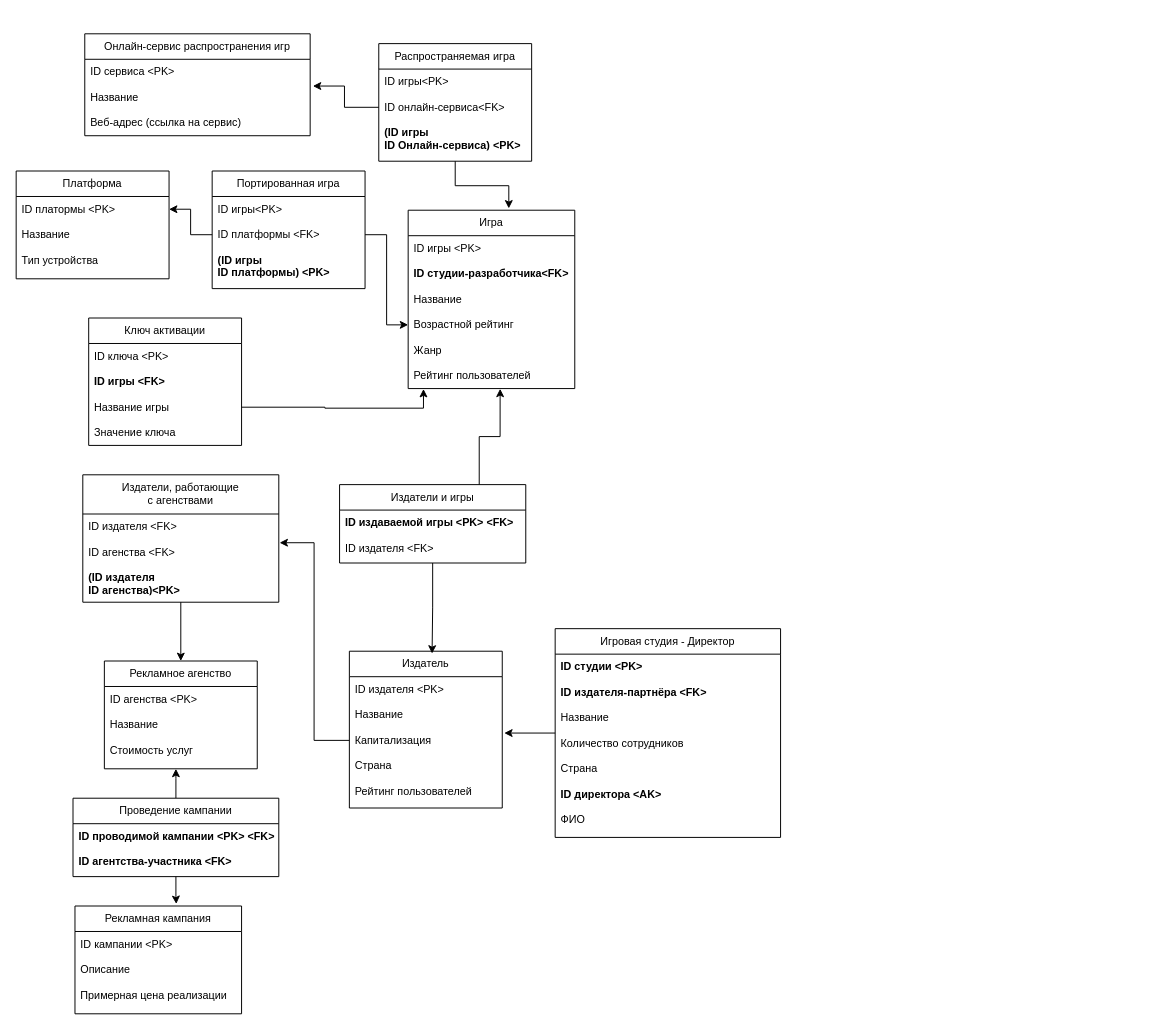
rewqaz/todo keeps this draw.io diagram as Untitled Diagram.drawio. Above is the earlier version. Source tidied: cells renumbered, new cells numbered last; positions are measured from the earlier drawing's top-left corner, leaving out a move shared by most shapes. Both pictures are drawn from the tidied source at 98%, with x=0, y=0 at pixel (16, 33).
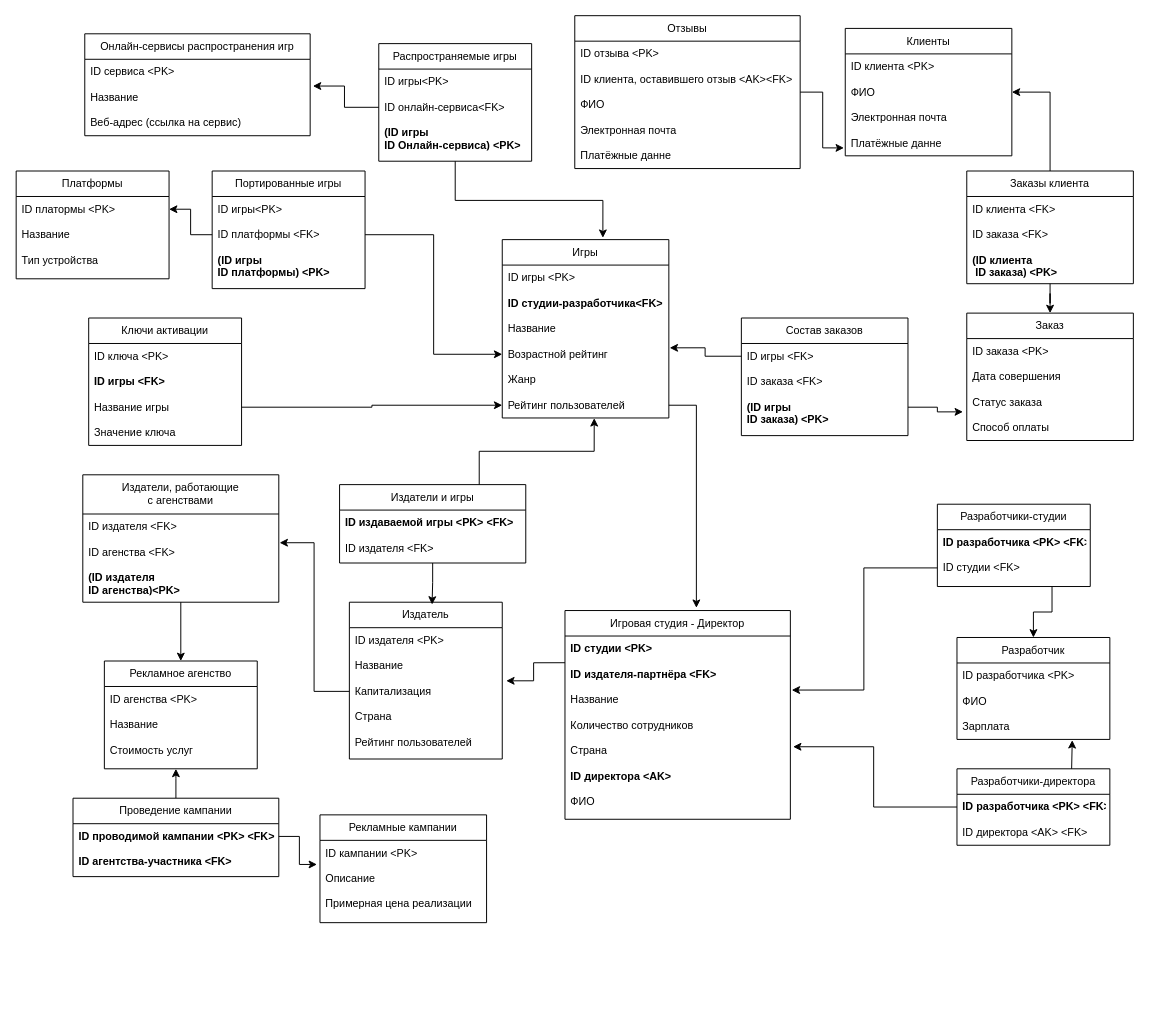
The same diagram, later.

The change refers to these unchanged cells:
```xml
<mxCell id="10" value="Возрастной рейтинг&#10;" style="text;align=left;verticalAlign=top;spacingLeft=4;spacingRight=4;overflow=hidden;points=[[0,0.5],[1,0.5]];portConstraint=eastwest;fontSize=11;" parent="6" vertex="1">
  <mxGeometry y="104" width="170" height="26" as="geometry" />
</mxCell>
<mxCell id="12" value="Рейтинг пользователей&#10;" style="text;align=left;verticalAlign=top;spacingLeft=4;spacingRight=4;overflow=hidden;points=[[0,0.5],[1,0.5]];portConstraint=eastwest;fontSize=11;" parent="6" vertex="1">
  <mxGeometry y="156" width="170" height="26" as="geometry" />
</mxCell>
<mxCell id="20" value="Название" style="text;align=left;verticalAlign=top;spacingLeft=4;spacingRight=4;overflow=hidden;points=[[0,0.5],[1,0.5]];portConstraint=eastwest;rounded=0;shadow=0;html=0;fontSize=11;" parent="17" vertex="1">
  <mxGeometry y="78" width="230" height="26" as="geometry" />
</mxCell>
<mxCell id="22" value="Страна" style="text;align=left;verticalAlign=top;spacingLeft=4;spacingRight=4;overflow=hidden;points=[[0,0.5],[1,0.5]];portConstraint=eastwest;fontSize=11;" parent="17" vertex="1">
  <mxGeometry y="130" width="230" height="26" as="geometry" />
</mxCell>
<mxCell id="40" value="Название игры" style="text;align=left;verticalAlign=top;spacingLeft=4;spacingRight=4;overflow=hidden;points=[[0,0.5],[1,0.5]];portConstraint=eastwest;fontSize=11;" parent="37" vertex="1">
  <mxGeometry y="78" width="156" height="26" as="geometry" />
</mxCell>
<mxCell id="45" value="Капитализация" style="text;align=left;verticalAlign=top;spacingLeft=4;spacingRight=4;overflow=hidden;points=[[0,0.5],[1,0.5]];portConstraint=eastwest;fontSize=11;" parent="42" vertex="1">
  <mxGeometry y="78" width="156" height="26" as="geometry" />
</mxCell>
<mxCell id="48" value="Издатели и игры" style="swimlane;fontStyle=0;align=center;verticalAlign=top;horizontal=1;startSize=26;rounded=0;shadow=0;strokeWidth=1;fontSize=11;" parent="1" vertex="1">
  <mxGeometry x="330" y="460" width="190" height="80" as="geometry" />
</mxCell>
<mxCell id="63" value="ID кампании &lt;PK&gt;" style="text;align=left;verticalAlign=top;spacingLeft=4;spacingRight=4;overflow=hidden;points=[[0,0.5],[1,0.5]];portConstraint=eastwest;rounded=0;shadow=0;html=0;fontSize=11;fontStyle=0;" parent="62" vertex="1">
  <mxGeometry y="26" width="170" height="26" as="geometry" />
</mxCell>
<mxCell id="67" value="Проведение кампании" style="swimlane;fontStyle=0;align=center;verticalAlign=top;horizontal=1;startSize=26;rounded=0;shadow=0;strokeWidth=1;fontSize=11;" parent="1" vertex="1">
  <mxGeometry x="58" y="780" width="210" height="80" as="geometry" />
</mxCell>
<mxCell id="68" value="ID проводимой кампании &lt;PK&gt; &lt;FK&gt;" style="text;align=left;verticalAlign=top;spacingLeft=4;spacingRight=4;overflow=hidden;points=[[0,0.5],[1,0.5]];portConstraint=eastwest;rounded=0;shadow=0;html=0;fontSize=11;fontStyle=1;" parent="67" vertex="1">
  <mxGeometry y="26" width="210" height="26" as="geometry" />
</mxCell>
```

Change to the diagram source:
```diff
@@
-    <mxCell id="2" value="Онлайн-сервис распространения игр" style="swimlane;fontStyle=0;align=center;verticalAlign=top;horizontal=1;startSize=26;rounded=0;shadow=0;strokeWidth=1;fontSize=11;" parent="1" vertex="1">
+    <mxCell id="2" value="Онлайн-сервисы распространения игр" style="swimlane;fontStyle=0;align=center;verticalAlign=top;horizontal=1;startSize=26;rounded=0;shadow=0;strokeWidth=1;fontSize=11;" parent="1" vertex="1">
       <mxGeometry x="70" width="230" height="104" as="geometry" />
     </mxCell>
@@
-    <mxCell id="6" value="Игра" style="swimlane;fontStyle=0;align=center;verticalAlign=top;horizontal=1;startSize=26;rounded=0;shadow=0;strokeWidth=1;fontSize=11;" parent="1" vertex="1">
-      <mxGeometry x="400" y="180" width="170" height="182" as="geometry" />
+    <mxCell id="6" value="Игры" style="swimlane;fontStyle=0;align=center;verticalAlign=top;horizontal=1;startSize=26;rounded=0;shadow=0;strokeWidth=1;fontSize=11;" parent="1" vertex="1">
+      <mxGeometry x="496" y="210" width="170" height="182" as="geometry" />
     </mxCell>
@@
-    <mxCell id="13" value="Распространяемая игра" style="swimlane;fontStyle=0;align=center;verticalAlign=top;horizontal=1;startSize=26;rounded=0;shadow=0;strokeWidth=1;fontSize=11;" parent="1" vertex="1">
+    <mxCell id="13" value="Распространяемые игры" style="swimlane;fontStyle=0;align=center;verticalAlign=top;horizontal=1;startSize=26;rounded=0;shadow=0;strokeWidth=1;fontSize=11;" parent="1" vertex="1">
       <mxGeometry x="370" y="10" width="156" height="120" as="geometry" />
     </mxCell>
@@
     <mxCell id="17" value="Игровая студия - Директор" style="swimlane;fontStyle=0;align=center;verticalAlign=top;horizontal=1;startSize=26;rounded=0;shadow=0;strokeWidth=1;fontSize=11;" parent="1" vertex="1">
-      <mxGeometry x="550" y="607" width="230" height="213" as="geometry" />
+      <mxGeometry x="560" y="588.5" width="230" height="213" as="geometry" />
     </mxCell>
@@
-    <mxCell id="27" value="Портированная игра" style="swimlane;fontStyle=0;align=center;verticalAlign=top;horizontal=1;startSize=26;rounded=0;shadow=0;strokeWidth=1;fontSize=11;" parent="1" vertex="1">
+    <mxCell id="27" value="Портированные игры" style="swimlane;fontStyle=0;align=center;verticalAlign=top;horizontal=1;startSize=26;rounded=0;shadow=0;strokeWidth=1;fontSize=11;" parent="1" vertex="1">
       <mxGeometry x="200" y="140" width="156" height="120" as="geometry" />
     </mxCell>
@@
-    <mxCell id="31" value="Платформа" style="swimlane;fontStyle=0;align=center;verticalAlign=top;horizontal=1;startSize=26;rounded=0;shadow=0;strokeWidth=1;fontSize=11;" parent="1" vertex="1">
+    <mxCell id="31" value="Платформы" style="swimlane;fontStyle=0;align=center;verticalAlign=top;horizontal=1;startSize=26;rounded=0;shadow=0;strokeWidth=1;fontSize=11;" parent="1" vertex="1">
       <mxGeometry y="140" width="156" height="110" as="geometry" />
     </mxCell>
@@
-    <mxCell id="37" value="Ключ активации" style="swimlane;fontStyle=0;align=center;verticalAlign=top;horizontal=1;startSize=26;rounded=0;shadow=0;strokeWidth=1;fontSize=11;" parent="1" vertex="1">
+    <mxCell id="37" value="Ключи активации" style="swimlane;fontStyle=0;align=center;verticalAlign=top;horizontal=1;startSize=26;rounded=0;shadow=0;strokeWidth=1;fontSize=11;" parent="1" vertex="1">
       <mxGeometry x="74" y="290" width="156" height="130" as="geometry" />
     </mxCell>
@@
     <mxCell id="42" value="Издатель" style="swimlane;fontStyle=0;align=center;verticalAlign=top;horizontal=1;startSize=26;rounded=0;shadow=0;strokeWidth=1;fontSize=11;" parent="1" vertex="1">
-      <mxGeometry x="340" y="630" width="156" height="160" as="geometry" />
+      <mxGeometry x="340" y="580" width="156" height="160" as="geometry" />
     </mxCell>
@@
-    <mxCell id="62" value="Рекламная кампания" style="swimlane;fontStyle=0;align=center;verticalAlign=top;horizontal=1;startSize=26;rounded=0;shadow=0;strokeWidth=1;fontSize=11;" parent="1" vertex="1">
-      <mxGeometry x="60" y="890" width="170" height="110" as="geometry" />
+    <mxCell id="62" value="Рекламные кампании" style="swimlane;fontStyle=0;align=center;verticalAlign=top;horizontal=1;startSize=26;rounded=0;shadow=0;strokeWidth=1;fontSize=11;" parent="1" vertex="1">
+      <mxGeometry x="310" y="797" width="170" height="110" as="geometry" />
     </mxCell>
@@
-    <mxCell id="70" style="edgeStyle=orthogonalEdgeStyle;rounded=0;jettySize=auto;html=1;entryX=0.608;entryY=-0.019;entryDx=0;entryDy=0;entryPerimeter=0;" parent="1" edge="1" source="67" target="62">
-      <mxGeometry relative="1" as="geometry" />
-    </mxCell>
+    <mxCell id="73" style="edgeStyle=orthogonalEdgeStyle;rounded=0;jettySize=auto;html=1;exitX=0.75;exitY=0;exitDx=0;exitDy=0;entryX=0.552;entryY=1.009;entryDx=0;entryDy=0;entryPerimeter=0;" parent="1" edge="1" source="48" target="12">
+      <mxGeometry relative="1" as="geometry" />
+    </mxCell>
-    <mxCell id="71" style="edgeStyle=orthogonalEdgeStyle;rounded=0;jettySize=auto;html=1;entryX=1.013;entryY=0.212;entryDx=0;entryDy=0;entryPerimeter=0;" parent="1" edge="1" source="17" target="45">
+    <mxCell id="71" style="edgeStyle=orthogonalEdgeStyle;rounded=0;jettySize=auto;html=1;exitX=0;exitY=0.25;exitDx=0;exitDy=0;entryX=1.026;entryY=0.085;entryDx=0;entryDy=0;entryPerimeter=0;" parent="1" edge="1" source="17" target="45">
       <mxGeometry relative="1" as="geometry" />
     </mxCell>
+    <mxCell id="74" style="edgeStyle=orthogonalEdgeStyle;rounded=0;jettySize=auto;html=1;entryX=-0.018;entryY=0.946;entryDx=0;entryDy=0;entryPerimeter=0;" parent="1" edge="1" source="68" target="63">
+      <mxGeometry relative="1" as="geometry" />
+    </mxCell>
+    <mxCell id="75" value="Разработчик" style="swimlane;fontStyle=0;align=center;verticalAlign=top;horizontal=1;startSize=26;rounded=0;shadow=0;strokeWidth=1;fontSize=11;" parent="1" vertex="1">
+      <mxGeometry x="960" y="616" width="156" height="104" as="geometry" />
+    </mxCell>
+    <mxCell id="76" value="ID разработчика &lt;PK&gt;" style="text;align=left;verticalAlign=top;spacingLeft=4;spacingRight=4;overflow=hidden;rounded=0;shadow=0;html=0;fontSize=11;fontStyle=0;" parent="75" vertex="1">
+      <mxGeometry y="26" width="156" height="26" as="geometry" />
+    </mxCell>
+    <mxCell id="77" value="ФИО" style="text;align=left;verticalAlign=top;spacingLeft=4;spacingRight=4;overflow=hidden;rounded=0;shadow=0;html=0;fontSize=11;" parent="75" vertex="1">
+      <mxGeometry y="52" width="156" height="26" as="geometry" />
+    </mxCell>
+    <mxCell id="78" value="Зарплата" style="text;align=left;verticalAlign=top;spacingLeft=4;spacingRight=4;overflow=hidden;points=[[0,0.5],[1,0.5]];portConstraint=eastwest;fontSize=11;" parent="75" vertex="1">
+      <mxGeometry y="78" width="156" height="26" as="geometry" />
+    </mxCell>
+    <mxCell id="79" value="Разработчики-директора" style="swimlane;fontStyle=0;align=center;verticalAlign=top;horizontal=1;startSize=26;rounded=0;shadow=0;strokeWidth=1;fontSize=11;" parent="1" vertex="1">
+      <mxGeometry x="960" y="750" width="156" height="78" as="geometry" />
+    </mxCell>
+    <mxCell id="80" value="ID разработчика &lt;PK&gt; &lt;FK&gt;" style="text;align=left;verticalAlign=top;spacingLeft=4;spacingRight=4;overflow=hidden;points=[[0,0.5],[1,0.5]];portConstraint=eastwest;rounded=0;shadow=0;html=0;fontSize=11;fontStyle=1;" parent="79" vertex="1">
+      <mxGeometry y="26" width="156" height="26" as="geometry" />
+    </mxCell>
+    <mxCell id="81" value="ID директора &lt;AK&gt; &lt;FK&gt;" style="text;align=left;verticalAlign=top;spacingLeft=4;spacingRight=4;overflow=hidden;rounded=0;shadow=0;html=0;fontSize=11;fontStyle=0;" parent="79" vertex="1">
+      <mxGeometry y="52" width="156" height="26" as="geometry" />
+    </mxCell>
+    <mxCell id="82" style="edgeStyle=orthogonalEdgeStyle;rounded=0;jettySize=auto;html=1;entryX=1.012;entryY=0.346;entryDx=0;entryDy=0;entryPerimeter=0;" parent="1" edge="1" source="80" target="22">
+      <mxGeometry relative="1" as="geometry" />
+    </mxCell>
+    <mxCell id="83" style="edgeStyle=orthogonalEdgeStyle;rounded=0;jettySize=auto;html=1;exitX=0.75;exitY=0;exitDx=0;exitDy=0;entryX=0.754;entryY=1.031;entryDx=0;entryDy=0;entryPerimeter=0;" parent="1" edge="1" source="79" target="78">
+      <mxGeometry relative="1" as="geometry" />
+    </mxCell>
+    <mxCell id="84" style="edgeStyle=orthogonalEdgeStyle;rounded=0;jettySize=auto;html=1;exitX=0.75;exitY=1;exitDx=0;exitDy=0;" parent="1" edge="1" source="85" target="75">
+      <mxGeometry relative="1" as="geometry" />
+    </mxCell>
+    <mxCell id="85" value="Разработчики-студии" style="swimlane;fontStyle=0;align=center;verticalAlign=top;horizontal=1;startSize=26;rounded=0;shadow=0;strokeWidth=1;fontSize=11;" parent="1" vertex="1">
+      <mxGeometry x="940" y="480" width="156" height="84" as="geometry" />
+    </mxCell>
+    <mxCell id="86" value="ID разработчика &lt;PK&gt; &lt;FK&gt;" style="text;align=left;verticalAlign=top;spacingLeft=4;spacingRight=4;overflow=hidden;rounded=0;shadow=0;html=0;fontSize=11;fontStyle=1;" parent="85" vertex="1">
+      <mxGeometry y="26" width="156" height="26" as="geometry" />
+    </mxCell>
+    <mxCell id="87" value="ID студии &lt;FK&gt;" style="text;align=left;verticalAlign=top;spacingLeft=4;spacingRight=4;overflow=hidden;points=[[0,0.5],[1,0.5]];portConstraint=eastwest;rounded=0;shadow=0;html=0;fontSize=11;" parent="85" vertex="1">
+      <mxGeometry y="52" width="156" height="26" as="geometry" />
+    </mxCell>
+    <mxCell id="88" style="edgeStyle=orthogonalEdgeStyle;rounded=0;jettySize=auto;html=1;entryX=1.006;entryY=0.121;entryDx=0;entryDy=0;entryPerimeter=0;" parent="1" edge="1" source="87" target="20">
+      <mxGeometry relative="1" as="geometry" />
+    </mxCell>
+    <mxCell id="89" value="Заказ" style="swimlane;fontStyle=0;align=center;verticalAlign=top;horizontal=1;startSize=26;rounded=0;shadow=0;strokeWidth=1;fontSize=11;" parent="1" vertex="1">
+      <mxGeometry x="970" y="285" width="170" height="130" as="geometry" />
+    </mxCell>
+    <mxCell id="90" value="ID заказа &lt;PK&gt;" style="text;align=left;verticalAlign=top;spacingLeft=4;spacingRight=4;overflow=hidden;rounded=0;shadow=0;html=0;fontSize=11;fontStyle=0;" parent="89" vertex="1">
+      <mxGeometry y="26" width="170" height="26" as="geometry" />
+    </mxCell>
+    <mxCell id="91" value="Дата совершения" style="text;align=left;verticalAlign=top;spacingLeft=4;spacingRight=4;overflow=hidden;rounded=0;shadow=0;html=0;fontSize=11;" parent="89" vertex="1">
+      <mxGeometry y="52" width="170" height="26" as="geometry" />
+    </mxCell>
+    <mxCell id="92" value="Статус заказа" style="text;align=left;verticalAlign=top;spacingLeft=4;spacingRight=4;overflow=hidden;points=[[0,0.5],[1,0.5]];portConstraint=eastwest;fontSize=11;" parent="89" vertex="1">
+      <mxGeometry y="78" width="170" height="26" as="geometry" />
+    </mxCell>
+    <mxCell id="93" value="Способ оплаты" style="text;align=left;verticalAlign=top;spacingLeft=4;spacingRight=4;overflow=hidden;fontSize=11;" parent="89" vertex="1">
+      <mxGeometry y="104" width="170" height="26" as="geometry" />
+    </mxCell>
-    <mxCell id="72" style="edgeStyle=orthogonalEdgeStyle;rounded=0;jettySize=auto;html=1;entryX=0.092;entryY=1.017;entryDx=0;entryDy=0;entryPerimeter=0;" parent="1" edge="1" source="40" target="12">
+    <mxCell id="72" style="edgeStyle=orthogonalEdgeStyle;rounded=0;jettySize=auto;html=1;entryX=0;entryY=0.5;entryDx=0;entryDy=0;" parent="1" edge="1" source="40" target="12">
       <mxGeometry relative="1" as="geometry" />
     </mxCell>
-    <mxCell id="73" style="edgeStyle=orthogonalEdgeStyle;rounded=0;jettySize=auto;html=1;exitX=0.75;exitY=0;exitDx=0;exitDy=0;entryX=0.552;entryY=1.009;entryDx=0;entryDy=0;entryPerimeter=0;" parent="1" edge="1" source="48" target="12">
-      <mxGeometry relative="1" as="geometry" />
-    </mxCell>
+    <mxCell id="94" style="edgeStyle=orthogonalEdgeStyle;rounded=0;jettySize=auto;html=1;entryX=0.583;entryY=-0.013;entryDx=0;entryDy=0;entryPerimeter=0;" parent="1" edge="1" source="12" target="17">
+      <mxGeometry relative="1" as="geometry" />
+    </mxCell>
+    <mxCell id="95" value="Состав заказов" style="swimlane;fontStyle=0;align=center;verticalAlign=top;horizontal=1;startSize=26;rounded=0;shadow=0;strokeWidth=1;fontSize=11;" parent="1" vertex="1">
+      <mxGeometry x="740" y="290" width="170" height="120" as="geometry" />
+    </mxCell>
+    <mxCell id="96" value="ID игры &lt;FK&gt;" style="text;align=left;verticalAlign=top;spacingLeft=4;spacingRight=4;overflow=hidden;points=[[0,0.5],[1,0.5]];portConstraint=eastwest;rounded=0;shadow=0;html=0;fontSize=11;fontStyle=0;" parent="95" vertex="1">
+      <mxGeometry y="26" width="170" height="26" as="geometry" />
+    </mxCell>
+    <mxCell id="97" value="ID заказа &lt;FK&gt;" style="text;align=left;verticalAlign=top;spacingLeft=4;spacingRight=4;overflow=hidden;rounded=0;shadow=0;html=0;fontSize=11;" parent="95" vertex="1">
+      <mxGeometry y="52" width="170" height="26" as="geometry" />
+    </mxCell>
+    <mxCell id="98" value="(ID игры &#10;ID заказа) &lt;PK&gt;" style="text;align=left;verticalAlign=top;spacingLeft=4;spacingRight=4;overflow=hidden;points=[[0,0.5],[1,0.5]];portConstraint=eastwest;fontSize=11;fontStyle=1;" parent="95" vertex="1">
+      <mxGeometry y="78" width="170" height="26" as="geometry" />
+    </mxCell>
+    <mxCell id="99" style="edgeStyle=orthogonalEdgeStyle;rounded=0;jettySize=auto;html=1;entryX=-0.023;entryY=0.876;entryDx=0;entryDy=0;entryPerimeter=0;" parent="1" edge="1" source="98" target="92">
+      <mxGeometry relative="1" as="geometry" />
+    </mxCell>
+    <mxCell id="100" style="edgeStyle=orthogonalEdgeStyle;rounded=0;jettySize=auto;html=1;entryX=1.005;entryY=0.247;entryDx=0;entryDy=0;entryPerimeter=0;" parent="1" edge="1" source="96" target="10">
+      <mxGeometry relative="1" as="geometry" />
+    </mxCell>
+    <mxCell id="101" style="edgeStyle=orthogonalEdgeStyle;rounded=0;jettySize=auto;html=1;entryX=0.5;entryY=0;entryDx=0;entryDy=0;" parent="1" edge="1" source="103" target="89">
+      <mxGeometry relative="1" as="geometry" />
+    </mxCell>
+    <mxCell id="102" style="edgeStyle=orthogonalEdgeStyle;rounded=0;jettySize=auto;html=1;exitX=0.5;exitY=0;exitDx=0;exitDy=0;entryX=1;entryY=0.5;entryDx=0;entryDy=0;" parent="1" edge="1" source="103" target="109">
+      <mxGeometry relative="1" as="geometry" />
+    </mxCell>
+    <mxCell id="103" value="Заказы клиента" style="swimlane;fontStyle=0;align=center;verticalAlign=top;horizontal=1;startSize=26;rounded=0;shadow=0;strokeWidth=1;fontSize=11;" parent="1" vertex="1">
+      <mxGeometry x="970" y="140" width="170" height="115" as="geometry" />
+    </mxCell>
+    <mxCell id="104" value="ID клиента &lt;FK&gt;" style="text;align=left;verticalAlign=top;spacingLeft=4;spacingRight=4;overflow=hidden;rounded=0;shadow=0;html=0;fontSize=11;fontStyle=0;" parent="103" vertex="1">
+      <mxGeometry y="26" width="170" height="26" as="geometry" />
+    </mxCell>
+    <mxCell id="105" value="ID заказа &lt;FK&gt;" style="text;align=left;verticalAlign=top;spacingLeft=4;spacingRight=4;overflow=hidden;rounded=0;shadow=0;html=0;fontSize=11;" parent="103" vertex="1">
+      <mxGeometry y="52" width="170" height="26" as="geometry" />
+    </mxCell>
+    <mxCell id="106" value="(ID клиента &#10; ID заказа) &lt;PK&gt;" style="text;align=left;verticalAlign=top;spacingLeft=4;spacingRight=4;overflow=hidden;fontSize=11;fontStyle=1;" parent="103" vertex="1">
+      <mxGeometry y="78" width="170" height="26" as="geometry" />
+    </mxCell>
+    <mxCell id="107" value="Клиенты" style="swimlane;fontStyle=0;align=center;verticalAlign=top;horizontal=1;startSize=26;rounded=0;shadow=0;strokeWidth=1;fontSize=11;" parent="1" vertex="1">
+      <mxGeometry x="846" y="-5.5" width="170" height="130" as="geometry" />
+    </mxCell>
+    <mxCell id="108" value="ID клиента &lt;PK&gt;" style="text;align=left;verticalAlign=top;spacingLeft=4;spacingRight=4;overflow=hidden;rounded=0;shadow=0;html=0;fontSize=11;fontStyle=0;" parent="107" vertex="1">
+      <mxGeometry y="26" width="170" height="26" as="geometry" />
+    </mxCell>
+    <mxCell id="109" value="ФИО" style="text;align=left;verticalAlign=top;spacingLeft=4;spacingRight=4;overflow=hidden;points=[[0,0.5],[1,0.5]];portConstraint=eastwest;rounded=0;shadow=0;html=0;fontSize=11;" parent="107" vertex="1">
+      <mxGeometry y="52" width="170" height="26" as="geometry" />
+    </mxCell>
+    <mxCell id="110" value="Электронная почта" style="text;align=left;verticalAlign=top;spacingLeft=4;spacingRight=4;overflow=hidden;rounded=0;shadow=0;html=0;fontSize=11;" parent="107" vertex="1">
+      <mxGeometry y="78" width="170" height="26" as="geometry" />
+    </mxCell>
+    <mxCell id="111" value="Платёжные данне" style="text;align=left;verticalAlign=top;spacingLeft=4;spacingRight=4;overflow=hidden;points=[[0,0.5],[1,0.5]];portConstraint=eastwest;rounded=0;shadow=0;html=0;fontSize=11;" parent="107" vertex="1">
+      <mxGeometry y="104" width="170" height="26" as="geometry" />
+    </mxCell>
+    <mxCell id="112" value="Отзывы" style="swimlane;fontStyle=0;align=center;verticalAlign=top;horizontal=1;startSize=26;rounded=0;shadow=0;strokeWidth=1;fontSize=11;" parent="1" vertex="1">
+      <mxGeometry x="570" y="-18.5" width="230" height="156" as="geometry" />
+    </mxCell>
+    <mxCell id="113" value="ID отзыва &lt;PK&gt;" style="text;align=left;verticalAlign=top;spacingLeft=4;spacingRight=4;overflow=hidden;rounded=0;shadow=0;html=0;fontSize=11;fontStyle=0;" parent="112" vertex="1">
+      <mxGeometry y="26" width="230" height="26" as="geometry" />
+    </mxCell>
+    <mxCell id="114" value="ID клиента, оставившего отзыв &lt;AK&gt;&lt;FK&gt;" style="text;align=left;verticalAlign=top;spacingLeft=4;spacingRight=4;overflow=hidden;rounded=0;shadow=0;html=0;fontSize=11;" parent="112" vertex="1">
+      <mxGeometry y="52" width="230" height="26" as="geometry" />
+    </mxCell>
+    <mxCell id="115" value="ФИО" style="text;align=left;verticalAlign=top;spacingLeft=4;spacingRight=4;overflow=hidden;rounded=0;shadow=0;html=0;fontSize=11;" parent="112" vertex="1">
+      <mxGeometry y="78" width="230" height="26" as="geometry" />
+    </mxCell>
+    <mxCell id="116" value="Электронная почта" style="text;align=left;verticalAlign=top;spacingLeft=4;spacingRight=4;overflow=hidden;rounded=0;shadow=0;html=0;fontSize=11;" parent="112" vertex="1">
+      <mxGeometry y="104" width="230" height="26" as="geometry" />
+    </mxCell>
+    <mxCell id="117" value="Платёжные данне" style="text;align=left;verticalAlign=top;spacingLeft=4;spacingRight=4;overflow=hidden;rounded=0;shadow=0;html=0;fontSize=11;" parent="112" vertex="1">
+      <mxGeometry y="130" width="230" height="26" as="geometry" />
+    </mxCell>
+    <mxCell id="118" style="edgeStyle=orthogonalEdgeStyle;rounded=0;jettySize=auto;html=1;entryX=-0.008;entryY=0.69;entryDx=0;entryDy=0;entryPerimeter=0;" parent="1" edge="1" source="112" target="111">
+      <mxGeometry relative="1" as="geometry" />
+    </mxCell>
```
